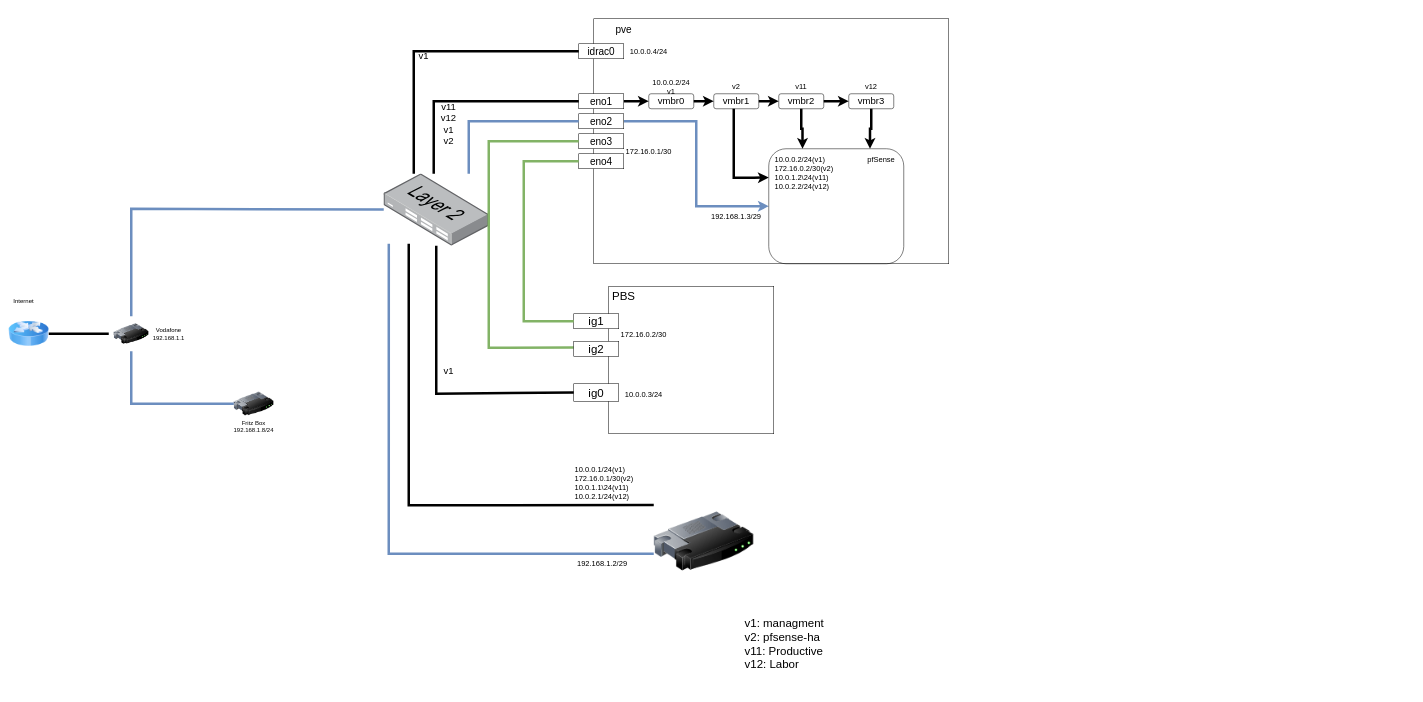
Before: Untitled Diagram.drawio in lucpfi/homelab, a draw.io diagram. Source tidied: cells renumbered, new cells numbered last; positions are measured from the earlier drawing's top-left corner, leaving out a move shared by most shapes. Both pictures are drawn from the tidied source at 50%, with x=0, y=0 at pixel (8, 8).
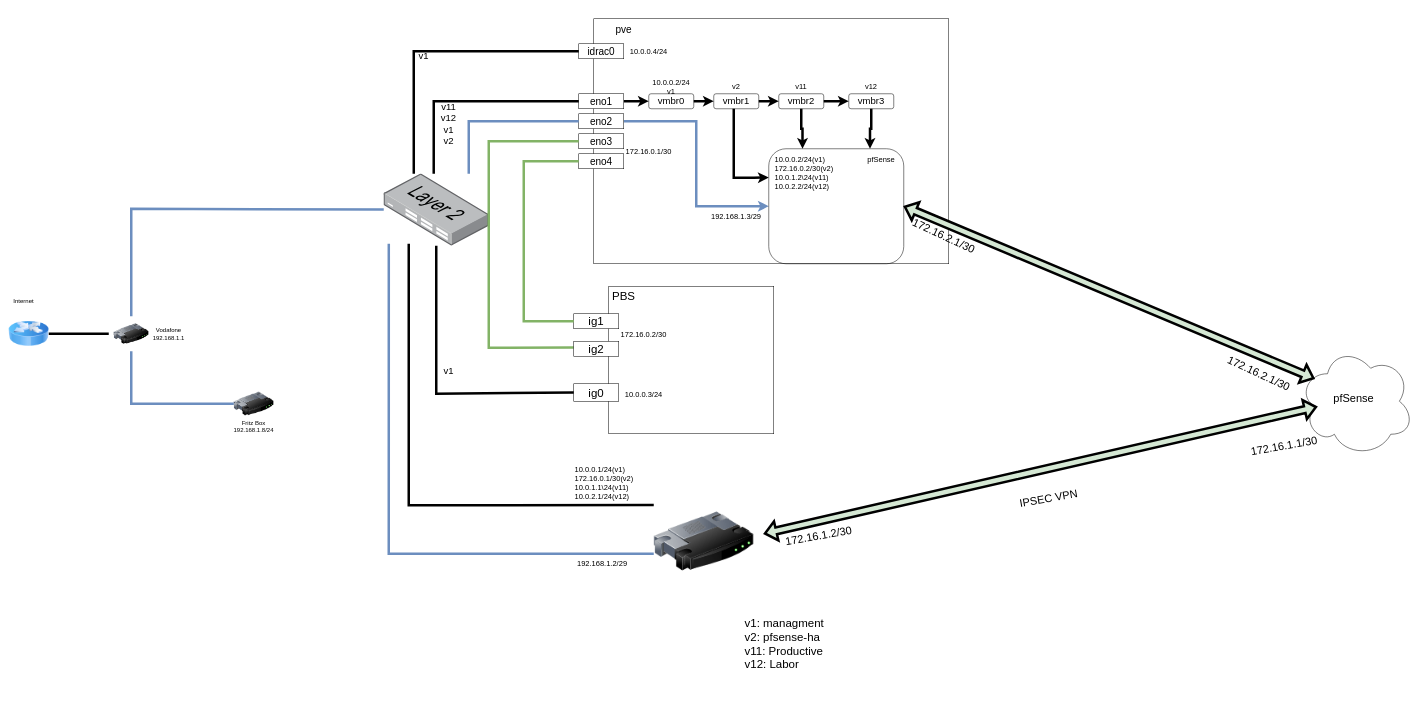
Above is the later version.

The change refers to these unchanged cells:
```xml
<mxCell id="58" style="rounded=1;whiteSpace=wrap;html=1;fontFamily=Helvetica;fontSize=15;fontColor=default;fillColor=none;gradientColor=none;" parent="1" vertex="1">
  <mxGeometry x="1520" y="280" width="270" height="230" as="geometry" />
</mxCell>
```

The edit, as a diff of the source:
```diff
@@
+    <mxCell id="63" style="ellipse;shape=cloud;whiteSpace=wrap;html=1;rounded=0;fontFamily=Helvetica;fontSize=15;fontColor=default;fillColor=none;gradientColor=none;" parent="1" vertex="1">
+      <mxGeometry x="2580" y="675" width="230" height="220" as="geometry" />
+    </mxCell>
+    <mxCell id="64" value="pfSense" style="text;html=1;strokeColor=none;fillColor=none;align=center;verticalAlign=middle;whiteSpace=wrap;rounded=0;fontFamily=Helvetica;fontSize=22;fontColor=default;" parent="1" vertex="1">
+      <mxGeometry x="2610" y="710" width="160" height="140" as="geometry" />
+    </mxCell>
+    <mxCell id="65" style="shape=flexArrow;endArrow=classic;startArrow=classic;html=1;rounded=0;fontFamily=Helvetica;fontSize=22;fontColor=default;strokeWidth=5;entryX=0.16;entryY=0.55;entryDx=0;entryDy=0;entryPerimeter=0;fillColor=#D5E8D4;" parent="1" edge="1" target="63">
+      <mxGeometry relative="1" as="geometry">
+        <mxPoint x="1510" y="1050" as="sourcePoint" />
+      </mxGeometry>
+    </mxCell>
+    <mxCell id="66" value="IPSEC VPN" style="text;html=1;strokeColor=none;fillColor=none;align=center;verticalAlign=middle;whiteSpace=wrap;rounded=0;fontFamily=Helvetica;fontSize=22;fontColor=default;rotation=-10;" parent="1" vertex="1">
+      <mxGeometry x="1990" y="940" width="180" height="80" as="geometry" />
+    </mxCell>
+    <mxCell id="67" style="shape=flexArrow;endArrow=classic;startArrow=classic;html=1;rounded=0;fontFamily=Helvetica;fontSize=22;fontColor=default;strokeWidth=5;entryX=0.16;entryY=0.55;entryDx=0;entryDy=0;entryPerimeter=0;fillColor=#D5E8D4;exitX=1;exitY=0.5;exitDx=0;exitDy=0;" parent="1" edge="1" source="58">
+      <mxGeometry relative="1" as="geometry">
+        <mxPoint x="2611.6" y="740" as="targetPoint" />
+      </mxGeometry>
+    </mxCell>
+    <mxCell id="68" value="172.16.1.2/30" style="text;html=1;strokeColor=none;fillColor=none;align=center;verticalAlign=middle;whiteSpace=wrap;rounded=0;fontFamily=Helvetica;fontSize=22;fontColor=default;rotation=-10;" parent="1" vertex="1">
+      <mxGeometry x="1550" y="1010" width="140" height="90" as="geometry" />
+    </mxCell>
+    <mxCell id="69" value="172.16.1.1/30" style="text;html=1;strokeColor=none;fillColor=none;align=center;verticalAlign=middle;whiteSpace=wrap;rounded=0;fontFamily=Helvetica;fontSize=22;fontColor=default;rotation=-10;" parent="1" vertex="1">
+      <mxGeometry x="2481" y="830" width="140" height="90" as="geometry" />
+    </mxCell>
+    <mxCell id="70" value="172.16.2.1/30" style="text;html=1;strokeColor=none;fillColor=none;align=center;verticalAlign=middle;whiteSpace=wrap;rounded=0;fontFamily=Helvetica;fontSize=22;fontColor=default;rotation=25;" parent="1" vertex="1">
+      <mxGeometry x="2430" y="685" width="140" height="90" as="geometry" />
+    </mxCell>
+    <mxCell id="71" value="172.16.2.1/30" style="text;html=1;strokeColor=none;fillColor=none;align=center;verticalAlign=middle;whiteSpace=wrap;rounded=0;fontFamily=Helvetica;fontSize=22;fontColor=default;rotation=25;" parent="1" vertex="1">
+      <mxGeometry x="1800" y="410" width="140" height="90" as="geometry" />
+    </mxCell>
```
